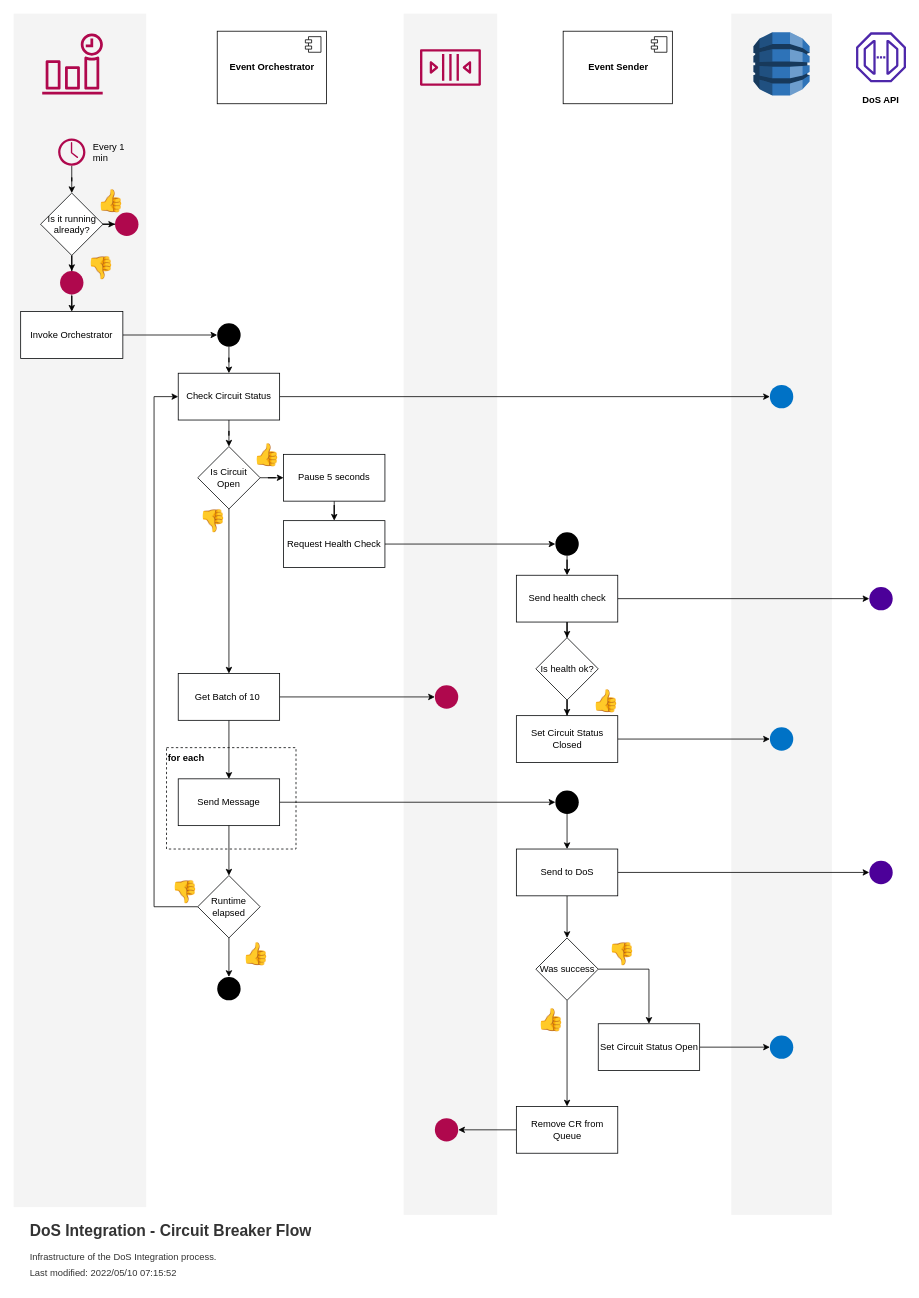
nhsd-exeter/dos-integration keeps this draw.io diagram as page "Circuit Breaker" (5 of 6) of documentation/diagrams/DoS Integration.drawio. Above is the earlier version. Source tidied: cells renumbered, new cells numbered last; positions are measured from the earlier drawing's top-left corner, leaving out a move shared by most shapes. Both pictures are drawn from the tidied source at 78%, with x=0, y=0 at pixel (13, 13).
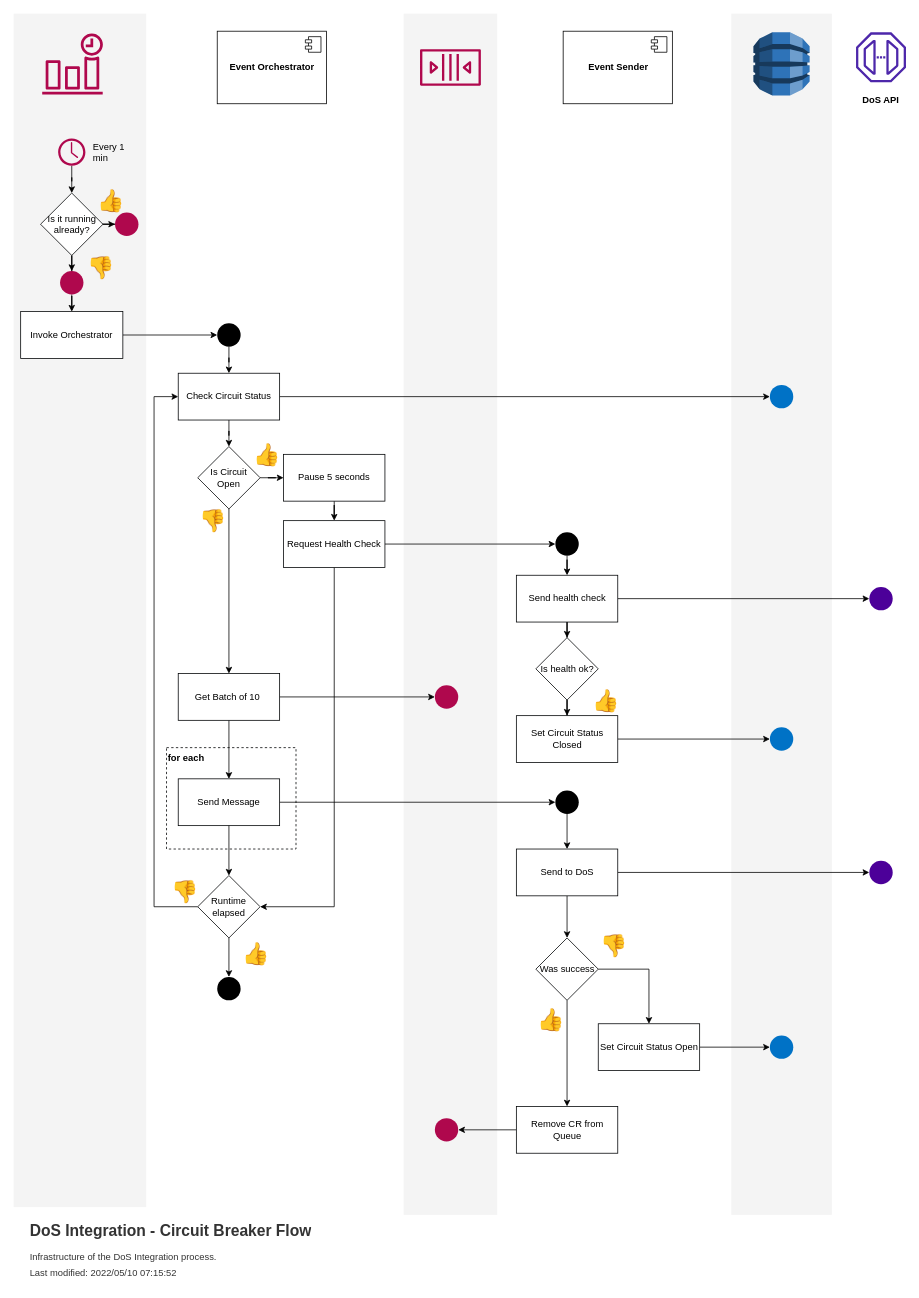
After the change.

Unchanged cells that the change refers to:
```xml
<mxCell id="24" value="Request Health Check" style="rounded=0;whiteSpace=wrap;html=1;strokeColor=#000305;strokeWidth=1;fillColor=default;" parent="1" vertex="1">
  <mxGeometry x="346" y="650" width="130" height="60" as="geometry" />
</mxCell>
<mxCell id="69" value="Runtime elapsed" style="rhombus;whiteSpace=wrap;html=1;strokeColor=#000305;strokeWidth=1;fillColor=default;" parent="1" vertex="1">
  <mxGeometry x="236" y="1105" width="80" height="80" as="geometry" />
</mxCell>
```

What changed in the source:
```diff
@@
+    <mxCell id="87" style="edgeStyle=orthogonalEdgeStyle;rounded=0;jettySize=auto;html=1;entryX=1;entryY=0.5;entryDx=0;entryDy=0;startArrow=none;startFill=0;endArrow=classic;endFill=1;fillColor=#C7C7C7;exitX=0.5;exitY=1;exitDx=0;exitDy=0;" parent="1" edge="1" source="24" target="69">
+      <mxGeometry relative="1" as="geometry">
+        <Array as="points">
+          <mxPoint x="411" y="1145" />
+        </Array>
+      </mxGeometry>
+    </mxCell>
@@
     <mxCell id="86" value="&lt;h1 style=&quot;margin: 0px 0px 10px; padding: 0px; border: 0px; outline: 0px; font-size: 28px; vertical-align: baseline; background: 0px 0px; color: rgb(0, 0, 0); font-family: &amp;quot;helvetica neue&amp;quot;, Helvetica, Arial, sans-serif; font-style: normal; font-variant-ligatures: normal; font-variant-caps: normal; letter-spacing: normal; orphans: 2; text-align: start; text-indent: 0px; text-transform: none; widows: 2; word-spacing: 0px; -webkit-text-stroke-width: 0px; text-decoration-thickness: initial; text-decoration-style: initial; text-decoration-color: initial;&quot;&gt;&lt;span style=&quot;margin: 0px; padding: 0px; border: 0px; outline: 0px; font-size: 28px; vertical-align: baseline; background: 0px 0px; font-weight: 400; font-family: &amp;quot;apple color emoji&amp;quot;, &amp;quot;segoe ui emoji&amp;quot;, &amp;quot;noto color emoji&amp;quot;, &amp;quot;android emoji&amp;quot;, emojisymbols, &amp;quot;emojione mozilla&amp;quot;, &amp;quot;twemoji mozilla&amp;quot;, &amp;quot;segoe ui symbol&amp;quot;;&quot; class=&quot;emoji&quot;&gt;👎&lt;/span&gt;&lt;/h1&gt;" style="text;whiteSpace=wrap;html=1;" parent="1" vertex="1">
-      <mxGeometry x="760" y="1180" width="50" height="40" as="geometry" />
+      <mxGeometry x="749.5" y="1170" width="50" height="40" as="geometry" />
     </mxCell>
```
